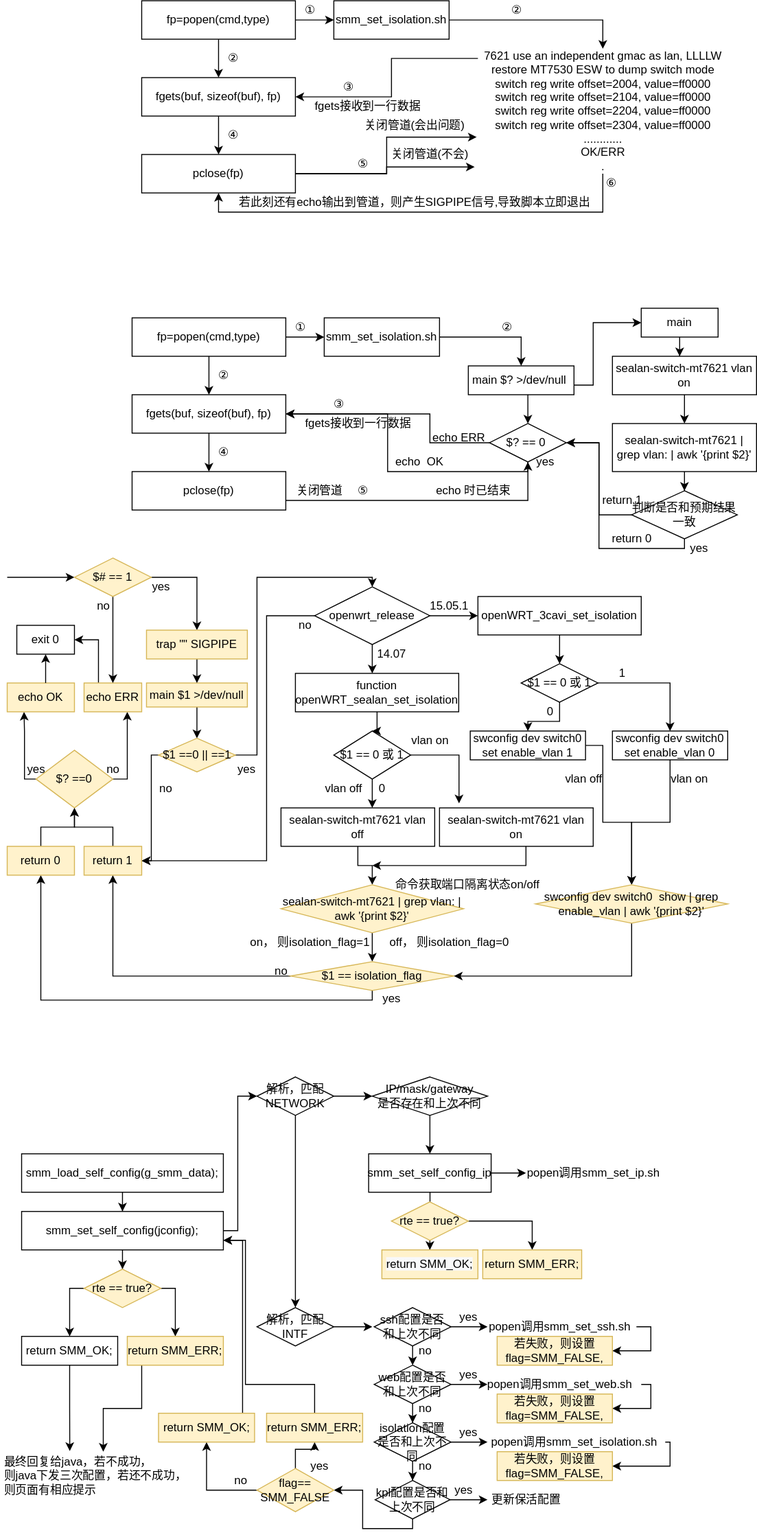
Above: drag_demo/popen_isolation.svg in Archive-ch/Web_Demo (draw.io), before the change. Source tidied: cells renumbered, new cells last; positions are measured from the earlier drawing's top-left corner, leaving out a move shared by most shapes.
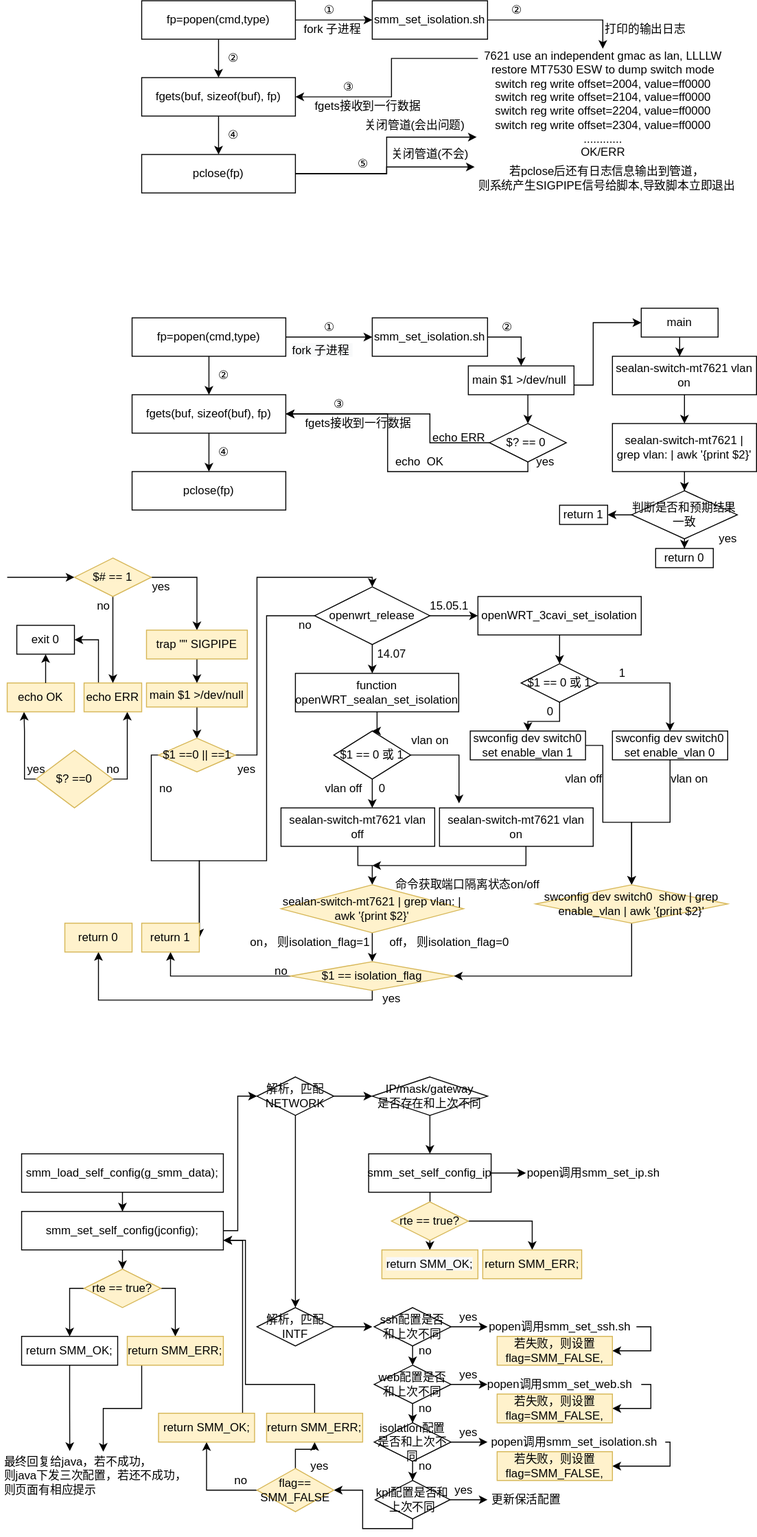
The same diagram one commit later.

The edit, as a diff of the source:
```diff
@@ -2,10 +2,8 @@
   <root>
     <mxCell id="0" />
     <mxCell id="1" parent="0" />
-    <mxCell id="2" style="edgeStyle=orthogonalEdgeStyle;rounded=0;jettySize=auto;html=1;" parent="1" edge="1" source="4">
-      <mxGeometry relative="1" as="geometry">
-        <mxPoint x="345" y="20" as="targetPoint" />
-      </mxGeometry>
+    <mxCell id="2" style="edgeStyle=orthogonalEdgeStyle;rounded=0;jettySize=auto;html=1;entryX=0;entryY=0.5;entryDx=0;entryDy=0;" parent="1" edge="1" source="4" target="6">
+      <mxGeometry relative="1" as="geometry" />
     </mxCell>
     <mxCell id="3" style="edgeStyle=orthogonalEdgeStyle;rounded=0;jettySize=auto;html=1;entryX=0.5;entryY=0;entryDx=0;entryDy=0;" parent="1" edge="1" source="4" target="8">
       <mxGeometry relative="1" as="geometry" />
@@ -14,10 +12,14 @@
       <mxGeometry x="145" width="160" height="40" as="geometry" />
     </mxCell>
     <mxCell id="5" style="edgeStyle=orthogonalEdgeStyle;rounded=0;jettySize=auto;html=1;" parent="1" edge="1" source="6" target="14">
-      <mxGeometry relative="1" as="geometry" />
+      <mxGeometry relative="1" as="geometry">
+        <Array as="points">
+          <mxPoint x="625" y="20" />
+        </Array>
+      </mxGeometry>
     </mxCell>
     <mxCell id="6" value="smm_set_isolation.sh" style="whiteSpace=wrap;html=1;" parent="1" vertex="1">
-      <mxGeometry x="345" width="120" height="40" as="geometry" />
+      <mxGeometry x="385" width="120" height="40" as="geometry" />
     </mxCell>
     <mxCell id="7" style="edgeStyle=orthogonalEdgeStyle;rounded=0;jettySize=auto;html=1;" parent="1" edge="1" source="8">
       <mxGeometry relative="1" as="geometry">
@@ -49,14 +51,6 @@
         </Array>
       </mxGeometry>
     </mxCell>
-    <mxCell id="13" style="edgeStyle=orthogonalEdgeStyle;rounded=0;jettySize=auto;html=1;entryX=0.5;entryY=1;entryDx=0;entryDy=0;" parent="1" edge="1" source="14" target="11">
-      <mxGeometry relative="1" as="geometry">
-        <Array as="points">
-          <mxPoint x="625" y="220" />
-          <mxPoint x="225" y="220" />
-        </Array>
-      </mxGeometry>
-    </mxCell>
     <mxCell id="14" value="&lt;div&gt;7621 use an independent gmac as lan, LLLLW&lt;/div&gt;&lt;div&gt;restore MT7530 ESW to dump switch mode&lt;/div&gt;&lt;div&gt;switch reg write offset=2004, value=ff0000&lt;/div&gt;&lt;div&gt;switch reg write offset=2104, value=ff0000&lt;/div&gt;&lt;div&gt;switch reg write offset=2204, value=ff0000&lt;/div&gt;&lt;div&gt;switch reg write offset=2304, value=ff0000&lt;/div&gt;&lt;div&gt;............&lt;/div&gt;&lt;div&gt;OK/ERR&lt;/div&gt;&lt;div&gt;&lt;span&gt;.&lt;/span&gt;&lt;br&gt;&lt;/div&gt;" style="text;html=1;align=center;verticalAlign=middle;points=[];" parent="1" vertex="1">
       <mxGeometry x="495" y="50" width="260" height="130" as="geometry" />
     </mxCell>
@@ -69,11 +63,11 @@
     <mxCell id="17" value="关闭管道(不会)" style="text;html=1;align=center;verticalAlign=middle;" parent="1" vertex="1">
       <mxGeometry x="395" y="150" width="100" height="20" as="geometry" />
     </mxCell>
-    <mxCell id="18" value="若此刻还有echo输出到管道，则产生SIGPIPE信号,导致脚本立即退出" style="text;html=1;align=center;verticalAlign=middle;" parent="1" vertex="1">
-      <mxGeometry x="239" y="200" width="380" height="20" as="geometry" />
+    <mxCell id="18" value="若pclose后还有日志信息输出到管道，&lt;br&gt;则系统产生SIGPIPE信号给脚本,导致脚本立即退出" style="text;html=1;align=center;verticalAlign=middle;" parent="1" vertex="1">
+      <mxGeometry x="489" y="170" width="280" height="30" as="geometry" />
     </mxCell>
     <mxCell id="19" value="①" style="text;html=1;align=center;verticalAlign=middle;" parent="1" vertex="1">
-      <mxGeometry x="305" width="30" height="20" as="geometry" />
+      <mxGeometry x="325" width="30" height="20" as="geometry" />
     </mxCell>
     <mxCell id="20" value="②" style="text;html=1;align=center;verticalAlign=middle;" parent="1" vertex="1">
       <mxGeometry x="520" width="30" height="20" as="geometry" />
@@ -90,12 +84,9 @@
     <mxCell id="24" value="⑤" style="text;html=1;align=center;verticalAlign=middle;" parent="1" vertex="1">
       <mxGeometry x="360" y="160" width="30" height="20" as="geometry" />
     </mxCell>
-    <mxCell id="25" value="⑥" style="text;html=1;align=center;verticalAlign=middle;" parent="1" vertex="1">
-      <mxGeometry x="619" y="180" width="30" height="20" as="geometry" />
-    </mxCell>
     <mxCell id="26" style="edgeStyle=orthogonalEdgeStyle;rounded=0;jettySize=auto;html=1;" parent="1" edge="1" source="28">
       <mxGeometry relative="1" as="geometry">
-        <mxPoint x="335" y="350" as="targetPoint" />
+        <mxPoint x="385" y="350" as="targetPoint" />
       </mxGeometry>
     </mxCell>
     <mxCell id="27" style="edgeStyle=orthogonalEdgeStyle;rounded=0;jettySize=auto;html=1;entryX=0.5;entryY=0;entryDx=0;entryDy=0;" parent="1" edge="1" source="28" target="32">
@@ -105,10 +96,14 @@
       <mxGeometry x="135" y="330" width="160" height="40" as="geometry" />
     </mxCell>
     <mxCell id="29" style="edgeStyle=orthogonalEdgeStyle;rounded=0;jettySize=auto;html=1;entryX=0.5;entryY=0;entryDx=0;entryDy=0;" parent="1" edge="1" source="30" target="45">
-      <mxGeometry relative="1" as="geometry" />
+      <mxGeometry relative="1" as="geometry">
+        <Array as="points">
+          <mxPoint x="540" y="350" />
+        </Array>
+      </mxGeometry>
     </mxCell>
     <mxCell id="30" value="smm_set_isolation.sh" style="whiteSpace=wrap;html=1;" parent="1" vertex="1">
-      <mxGeometry x="335" y="330" width="120" height="40" as="geometry" />
+      <mxGeometry x="385" y="330" width="120" height="40" as="geometry" />
     </mxCell>
     <mxCell id="31" style="edgeStyle=orthogonalEdgeStyle;rounded=0;jettySize=auto;html=1;" parent="1" edge="1" source="32">
       <mxGeometry relative="1" as="geometry">
@@ -118,24 +113,14 @@
     <mxCell id="32" value="fgets(buf, sizeof(buf), fp)" style="whiteSpace=wrap;html=1;" parent="1" vertex="1">
       <mxGeometry x="135" y="410" width="160" height="40" as="geometry" />
     </mxCell>
-    <mxCell id="33" style="edgeStyle=orthogonalEdgeStyle;rounded=0;jettySize=auto;html=1;entryX=0.5;entryY=1;entryDx=0;entryDy=0;" parent="1" edge="1" source="34" target="53">
-      <mxGeometry relative="1" as="geometry">
-        <Array as="points">
-          <mxPoint x="547" y="520" />
-        </Array>
-      </mxGeometry>
-    </mxCell>
     <mxCell id="34" value="pclose(fp)" style="whiteSpace=wrap;html=1;" parent="1" vertex="1">
       <mxGeometry x="135" y="490" width="160" height="40" as="geometry" />
     </mxCell>
     <mxCell id="35" value="fgets接收到一行数据" style="text;html=1;align=center;verticalAlign=middle;" parent="1" vertex="1">
       <mxGeometry x="305" y="430" width="130" height="20" as="geometry" />
     </mxCell>
-    <mxCell id="36" value="关闭管道" style="text;html=1;align=center;verticalAlign=middle;" parent="1" vertex="1">
-      <mxGeometry x="300" y="500" width="60" height="20" as="geometry" />
-    </mxCell>
     <mxCell id="37" value="①" style="text;html=1;align=center;verticalAlign=middle;" parent="1" vertex="1">
-      <mxGeometry x="295" y="330" width="30" height="20" as="geometry" />
+      <mxGeometry x="325" y="330" width="30" height="20" as="geometry" />
     </mxCell>
     <mxCell id="38" value="②" style="text;html=1;align=center;verticalAlign=middle;" parent="1" vertex="1">
       <mxGeometry x="510" y="330" width="30" height="20" as="geometry" />
@@ -149,9 +134,6 @@
     <mxCell id="41" value="④" style="text;html=1;align=center;verticalAlign=middle;" parent="1" vertex="1">
       <mxGeometry x="215" y="460" width="30" height="20" as="geometry" />
     </mxCell>
-    <mxCell id="42" value="⑤" style="text;html=1;align=center;verticalAlign=middle;" parent="1" vertex="1">
-      <mxGeometry x="360" y="500" width="30" height="20" as="geometry" />
-    </mxCell>
     <mxCell id="43" style="edgeStyle=orthogonalEdgeStyle;rounded=0;jettySize=auto;html=1;entryX=0;entryY=0.5;entryDx=0;entryDy=0;" parent="1" edge="1" source="45" target="48">
       <mxGeometry relative="1" as="geometry">
         <Array as="points">
@@ -168,12 +150,9 @@
         </Array>
       </mxGeometry>
     </mxCell>
-    <mxCell id="45" value="main $? &amp;gt;/dev/null&amp;nbsp;" style="whiteSpace=wrap;html=1;" parent="1" vertex="1">
+    <mxCell id="45" value="main $1 &amp;gt;/dev/null&amp;nbsp;" style="whiteSpace=wrap;html=1;" parent="1" vertex="1">
       <mxGeometry x="485" y="380" width="110" height="30" as="geometry" />
     </mxCell>
-    <mxCell id="46" value="echo 时已结束" style="text;html=1;align=center;verticalAlign=middle;" parent="1" vertex="1">
-      <mxGeometry x="445" y="500" width="90" height="20" as="geometry" />
-    </mxCell>
     <mxCell id="47" style="edgeStyle=orthogonalEdgeStyle;rounded=0;jettySize=auto;html=1;" parent="1" edge="1" source="48">
       <mxGeometry relative="1" as="geometry">
         <mxPoint x="705" y="370" as="targetPoint" />
@@ -218,30 +197,18 @@
     <mxCell id="55" value="sealan-switch-mt7621 | grep vlan: | awk '{print $2}'" style="whiteSpace=wrap;html=1;" parent="1" vertex="1">
       <mxGeometry x="635" y="440" width="150" height="50" as="geometry" />
     </mxCell>
-    <mxCell id="56" style="edgeStyle=orthogonalEdgeStyle;rounded=0;jettySize=auto;html=1;entryX=1;entryY=0.5;entryDx=0;entryDy=0;" parent="1" edge="1" source="58" target="53">
-      <mxGeometry relative="1" as="geometry" />
-    </mxCell>
-    <mxCell id="57" style="edgeStyle=orthogonalEdgeStyle;rounded=0;jettySize=auto;html=1;entryX=1;entryY=0.5;entryDx=0;entryDy=0;" parent="1" edge="1" source="58" target="53">
-      <mxGeometry relative="1" as="geometry">
-        <Array as="points">
-          <mxPoint x="710" y="570" />
-          <mxPoint x="621" y="570" />
-          <mxPoint x="621" y="460" />
-        </Array>
-      </mxGeometry>
-    </mxCell>
+    <mxCell id="205" style="edgeStyle=orthogonalEdgeStyle;rounded=0;jettySize=auto;html=1;entryX=0.5;entryY=0;entryDx=0;entryDy=0;" parent="1" edge="1" source="58" target="59">
+      <mxGeometry relative="1" as="geometry" />
+    </mxCell>
+    <mxCell id="206" style="edgeStyle=orthogonalEdgeStyle;rounded=0;jettySize=auto;html=1;entryX=1;entryY=0.5;entryDx=0;entryDy=0;" parent="1" edge="1" source="58" target="61">
+      <mxGeometry relative="1" as="geometry" />
+    </mxCell>
     <mxCell id="58" value="判断是否和预期结果一致" style="rhombus;whiteSpace=wrap;html=1;" parent="1" vertex="1">
       <mxGeometry x="655" y="510" width="110" height="50" as="geometry" />
     </mxCell>
-    <mxCell id="59" value="return 0" style="text;html=1;align=center;verticalAlign=middle;points=[];" parent="1" vertex="1">
-      <mxGeometry x="625" y="550" width="60" height="20" as="geometry" />
-    </mxCell>
     <mxCell id="60" value="yes" style="text;html=1;align=center;verticalAlign=middle;" parent="1" vertex="1">
-      <mxGeometry x="710" y="560" width="30" height="20" as="geometry" />
+      <mxGeometry x="740" y="550" width="30" height="20" as="geometry" />
     </mxCell>
-    <mxCell id="61" value="return 1" style="text;html=1;align=center;verticalAlign=middle;points=[];" parent="1" vertex="1">
-      <mxGeometry x="615" y="510" width="60" height="20" as="geometry" />
-    </mxCell>
     <mxCell id="62" value="yes" style="text;html=1;align=center;verticalAlign=middle;" parent="1" vertex="1">
       <mxGeometry x="550" y="470" width="30" height="20" as="geometry" />
     </mxCell>
@@ -343,7 +310,7 @@
       <mxGeometry relative="1" as="geometry">
         <Array as="points">
           <mxPoint x="385" y="1040" />
-          <mxPoint x="40" y="1040" />
+          <mxPoint x="100" y="1040" />
         </Array>
       </mxGeometry>
     </mxCell>
@@ -495,17 +462,11 @@
     <mxCell id="122" value="$# == 1" style="rhombus;whiteSpace=wrap;html=1;fillColor=#fff2cc;strokeColor=#d6b656;" parent="1" vertex="1">
       <mxGeometry x="75" y="580" width="80" height="40" as="geometry" />
     </mxCell>
-    <mxCell id="123" style="edgeStyle=orthogonalEdgeStyle;rounded=0;jettySize=auto;html=1;entryX=0.5;entryY=1;entryDx=0;entryDy=0;" parent="1" edge="1" source="124" target="93">
-      <mxGeometry relative="1" as="geometry" />
-    </mxCell>
     <mxCell id="124" value="return 0" style="whiteSpace=wrap;html=1;fillColor=#fff2cc;strokeColor=#d6b656;" parent="1" vertex="1">
-      <mxGeometry x="5" y="880" width="70" height="30" as="geometry" />
+      <mxGeometry x="65" y="960" width="70" height="30" as="geometry" />
     </mxCell>
-    <mxCell id="125" style="edgeStyle=orthogonalEdgeStyle;rounded=0;jettySize=auto;html=1;entryX=0.5;entryY=1;entryDx=0;entryDy=0;" parent="1" edge="1" source="126" target="93">
-      <mxGeometry relative="1" as="geometry" />
-    </mxCell>
     <mxCell id="126" value="return 1" style="whiteSpace=wrap;html=1;fillColor=#fff2cc;strokeColor=#d6b656;" parent="1" vertex="1">
-      <mxGeometry x="85" y="880" width="60" height="30" as="geometry" />
+      <mxGeometry x="145" y="960" width="60" height="30" as="geometry" />
     </mxCell>
     <mxCell id="127" value="no" style="text;html=1;align=center;verticalAlign=middle;" parent="1" vertex="1">
       <mxGeometry x="155" y="810" width="30" height="20" as="geometry" />
@@ -820,5 +781,20 @@
     <mxCell id="204" value="最终回复给java，若不成功，&lt;br&gt;&lt;div style=&quot;&quot;&gt;&lt;span&gt;则java下发三次配置，若还不成功，&lt;/span&gt;&lt;/div&gt;则页面有相应提示" style="text;html=1;align=left;verticalAlign=middle;points=[];" parent="1" vertex="1">
       <mxGeometry y="1510" width="210" height="50" as="geometry" />
     </mxCell>
+    <mxCell id="207" value="fork 子进程&amp;nbsp;" style="text;html=1;align=center;verticalAlign=middle;" parent="1" vertex="1">
+      <mxGeometry x="305" y="20" width="80" height="20" as="geometry" />
+    </mxCell>
+    <mxCell id="208" value="打印的输出日志" style="text;html=1;align=center;verticalAlign=middle;" parent="1" vertex="1">
+      <mxGeometry x="619" y="20" width="100" height="20" as="geometry" />
+    </mxCell>
+    <mxCell id="209" value="&lt;span style=&quot;color: rgb(0, 0, 0); font-family: helvetica; font-size: 12px; font-style: normal; font-weight: 400; letter-spacing: normal; text-align: center; text-indent: 0px; text-transform: none; word-spacing: 0px; background-color: rgb(248, 249, 250); display: inline; float: none;&quot;&gt;fork 子进程&amp;nbsp;&lt;/span&gt;" style="text;whiteSpace=wrap;html=1;" parent="1" vertex="1">
+      <mxGeometry x="300" y="350" width="90" height="30" as="geometry" />
+    </mxCell>
+    <mxCell id="59" value="&lt;span style=&quot;&quot;&gt;return 0&lt;/span&gt;" style="whiteSpace=wrap;html=1;align=center;" parent="1" vertex="1">
+      <mxGeometry x="680" y="570" width="60" height="20" as="geometry" />
+    </mxCell>
+    <mxCell id="61" value="return 1" style="whiteSpace=wrap;html=1;align=center;" parent="1" vertex="1">
+      <mxGeometry x="580" y="525" width="50" height="20" as="geometry" />
+    </mxCell>
   </root>
 </mxGraphModel>
```
